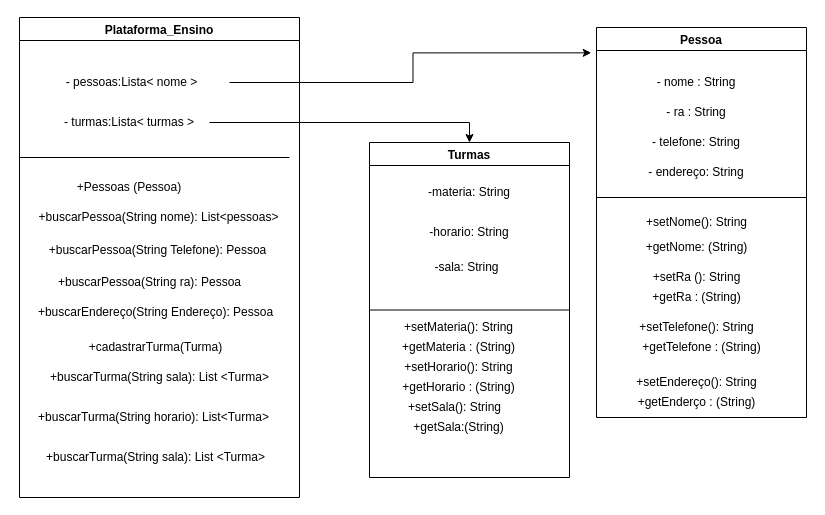
Before: Engenharia-1/Untitled Diagram.drawio in dsslleagion/Bertoti, a draw.io diagram. Source tidied: cells renumbered, new cells numbered last; positions are measured from the earlier drawing's top-left corner, leaving out a move shared by most shapes. Both pictures are drawn from the tidied source at 100%, with x=0, y=0 at pixel (19, 17).
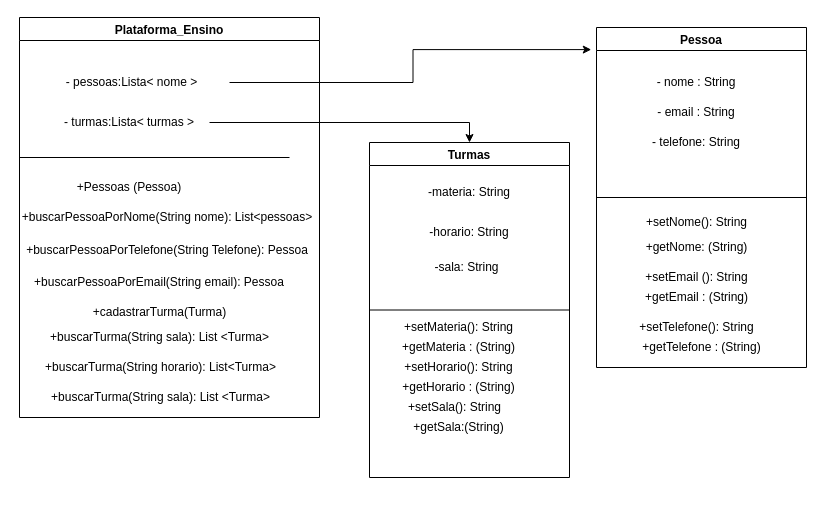
The same page after the edit.

Diff of the diagram source:
```diff
@@
     <mxCell id="2" value="Pessoa" style="swimlane;" parent="1" vertex="1">
-      <mxGeometry x="577" y="10" width="210" height="390" as="geometry" />
+      <mxGeometry x="577" y="10" width="210" height="340" as="geometry" />
     </mxCell>
@@
-    <mxCell id="4" value="- ra : String" style="text;html=1;strokeColor=none;fillColor=none;align=center;verticalAlign=middle;whiteSpace=wrap;rounded=0;" parent="2" vertex="1">
+    <mxCell id="4" value="- email : String" style="text;html=1;strokeColor=none;fillColor=none;align=center;verticalAlign=middle;whiteSpace=wrap;rounded=0;" parent="2" vertex="1">
       <mxGeometry x="30" y="70" width="140" height="30" as="geometry" />
     </mxCell>
@@
-    <mxCell id="6" value="- endereço: String" style="text;html=1;strokeColor=none;fillColor=none;align=center;verticalAlign=middle;whiteSpace=wrap;rounded=0;" parent="2" vertex="1">
-      <mxGeometry x="25" y="130" width="150" height="30" as="geometry" />
-    </mxCell>
@@
-    <mxCell id="10" value="+setRa (): String" style="text;html=1;align=center;verticalAlign=middle;strokeColor=none;fillColor=none;" parent="2" vertex="1">
-      <mxGeometry x="50" y="240" width="100" height="20" as="geometry" />
+    <mxCell id="10" value="+setEmail (): String" style="text;html=1;align=center;verticalAlign=middle;strokeColor=none;fillColor=none;" parent="2" vertex="1">
+      <mxGeometry x="40" y="240" width="120" height="20" as="geometry" />
     </mxCell>
-    <mxCell id="11" value="+getRa : (String)" style="text;html=1;align=center;verticalAlign=middle;strokeColor=none;fillColor=none;" parent="2" vertex="1">
-      <mxGeometry x="50" y="260" width="100" height="20" as="geometry" />
+    <mxCell id="11" value="+getEmail : (String)" style="text;html=1;align=center;verticalAlign=middle;strokeColor=none;fillColor=none;" parent="2" vertex="1">
+      <mxGeometry x="40" y="260" width="120" height="20" as="geometry" />
     </mxCell>
@@
-    <mxCell id="14" value="+setEndereço(): String" style="text;html=1;align=center;verticalAlign=middle;strokeColor=none;fillColor=none;" parent="2" vertex="1">
-      <mxGeometry x="30" y="345" width="140" height="20" as="geometry" />
-    </mxCell>
-    <mxCell id="15" value="+getEnderço : (String)" style="text;html=1;align=center;verticalAlign=middle;strokeColor=none;fillColor=none;" parent="2" vertex="1">
-      <mxGeometry x="35" y="365" width="130" height="20" as="geometry" />
-    </mxCell>
@@
     <mxCell id="26" value="Plataforma_Ensino" style="swimlane;" parent="1" vertex="1">
-      <mxGeometry width="280" height="480" as="geometry" />
+      <mxGeometry width="300" height="400" as="geometry" />
     </mxCell>
@@
-    <mxCell id="31" value="+buscarPessoa(String nome): List&amp;lt;pessoas&amp;gt;" style="text;html=1;strokeColor=none;fillColor=none;align=center;verticalAlign=middle;whiteSpace=wrap;rounded=0;" parent="26" vertex="1">
-      <mxGeometry y="180" width="279" height="40" as="geometry" />
+    <mxCell id="31" value="+buscarPessoaPorNome(String nome): List&amp;lt;pessoas&amp;gt;" style="text;html=1;strokeColor=none;fillColor=none;align=center;verticalAlign=middle;whiteSpace=wrap;rounded=0;" parent="26" vertex="1">
+      <mxGeometry x="-2" y="180" width="300" height="40" as="geometry" />
     </mxCell>
-    <mxCell id="32" value="+buscarPessoa(String Telefone): Pessoa" style="text;html=1;strokeColor=none;fillColor=none;align=center;verticalAlign=middle;whiteSpace=wrap;rounded=0;" parent="26" vertex="1">
-      <mxGeometry x="6" y="220" width="265" height="25" as="geometry" />
+    <mxCell id="32" value="+buscarPessoaPorTelefone(String Telefone): Pessoa" style="text;html=1;strokeColor=none;fillColor=none;align=center;verticalAlign=middle;whiteSpace=wrap;rounded=0;" parent="26" vertex="1">
+      <mxGeometry x="6" y="220" width="284" height="25" as="geometry" />
     </mxCell>
-    <mxCell id="33" value="+buscarPessoa(String ra): Pessoa" style="text;html=1;strokeColor=none;fillColor=none;align=center;verticalAlign=middle;whiteSpace=wrap;rounded=0;" parent="26" vertex="1">
-      <mxGeometry x="6" y="245" width="249" height="40" as="geometry" />
+    <mxCell id="33" value="+buscarPessoaPorEmail(String email): Pessoa" style="text;html=1;strokeColor=none;fillColor=none;align=center;verticalAlign=middle;whiteSpace=wrap;rounded=0;" parent="26" vertex="1">
+      <mxGeometry x="3" y="245" width="274" height="40" as="geometry" />
     </mxCell>
-    <mxCell id="34" value="+buscarEndereço(String Endereço): Pessoa" style="text;html=1;align=center;verticalAlign=middle;strokeColor=none;fillColor=none;" parent="26" vertex="1">
-      <mxGeometry x="6" y="285" width="260" height="20" as="geometry" />
-    </mxCell>
     <mxCell id="35" value="+cadastrarTurma(Turma)" style="text;html=1;align=center;verticalAlign=middle;strokeColor=none;fillColor=none;" parent="26" vertex="1">
-      <mxGeometry x="61" y="320" width="150" height="20" as="geometry" />
+      <mxGeometry x="65" y="285" width="150" height="20" as="geometry" />
     </mxCell>
     <mxCell id="36" value="+buscarTurma(String sala): List &amp;lt;Turma&amp;gt;" style="text;html=1;align=center;verticalAlign=middle;strokeColor=none;fillColor=none;" parent="26" vertex="1">
-      <mxGeometry x="20" y="350" width="240" height="20" as="geometry" />
+      <mxGeometry x="20" y="310" width="240" height="20" as="geometry" />
     </mxCell>
     <mxCell id="37" value="+buscarTurma(String horario): List&amp;lt;Turma&amp;gt;" style="text;html=1;align=center;verticalAlign=middle;strokeColor=none;fillColor=none;" parent="26" vertex="1">
-      <mxGeometry x="8.5" y="390" width="250" height="20" as="geometry" />
+      <mxGeometry x="16" y="340" width="250" height="20" as="geometry" />
     </mxCell>
     <mxCell id="38" value="+buscarTurma(String sala): List &amp;lt;Turma&amp;gt;" style="text;html=1;align=center;verticalAlign=middle;strokeColor=none;fillColor=none;" parent="26" vertex="1">
-      <mxGeometry x="16" y="430" width="240" height="20" as="geometry" />
+      <mxGeometry x="21" y="370" width="240" height="20" as="geometry" />
     </mxCell>
```
